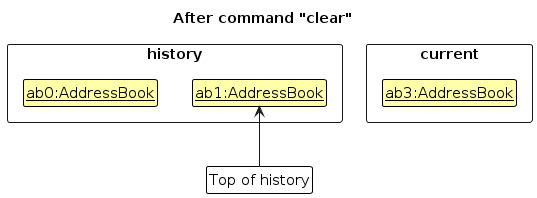
The PlantUML diagram diagrams/UndoRedoState4.png in AY2627S1-CS2103T-T08-4/tp, before a commit. Its source is kept beside it as diagrams/UndoRedoState4.puml.
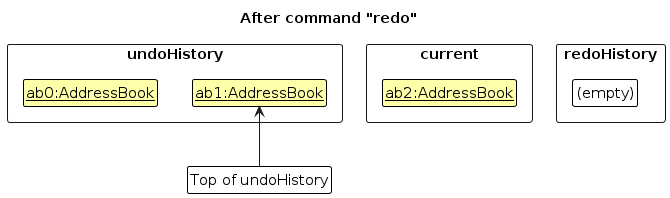
The same file after the commit.

Diff of the diagram source:
```diff
@@ -4,21 +4,25 @@
 skinparam ClassBorderColor #000000
 skinparam ClassBackgroundColor #FFFFAA
 
-title After command "clear"
+title After command "redo"
 
-package "history" <<rectangle>> {
-    class H1 as "<u>ab0:AddressBook</u>"
-    class H2 as "<u>ab1:AddressBook</u>"
+package "undoHistory" <<rectangle>> {
+    class U1 as "<u>ab0:AddressBook</u>"
+    class U2 as "<u>ab1:AddressBook</u>"
 }
 
-H1 -[hidden]right-> H2
-
 package "current" <<rectangle>> {
-    class Current as "<u>ab3:AddressBook</u>"
+    class Current as "<u>ab2:AddressBook</u>"
 }
 
-H2 -[hidden]right-> Current
+package "redoHistory" <<rectangle>> {
+    class R0 as "(empty)" #FFFFFF
+}
 
-class Top as "Top of history" #FFFFFF
-Top -up-> H2
+U1 -[hidden]right-> U2
+U2 -[hidden]right-> Current
+Current -[hidden]right-> R0
+
+class UndoTop as "Top of undoHistory" #FFFFFF
+UndoTop -up-> U2
 @enduml
```
